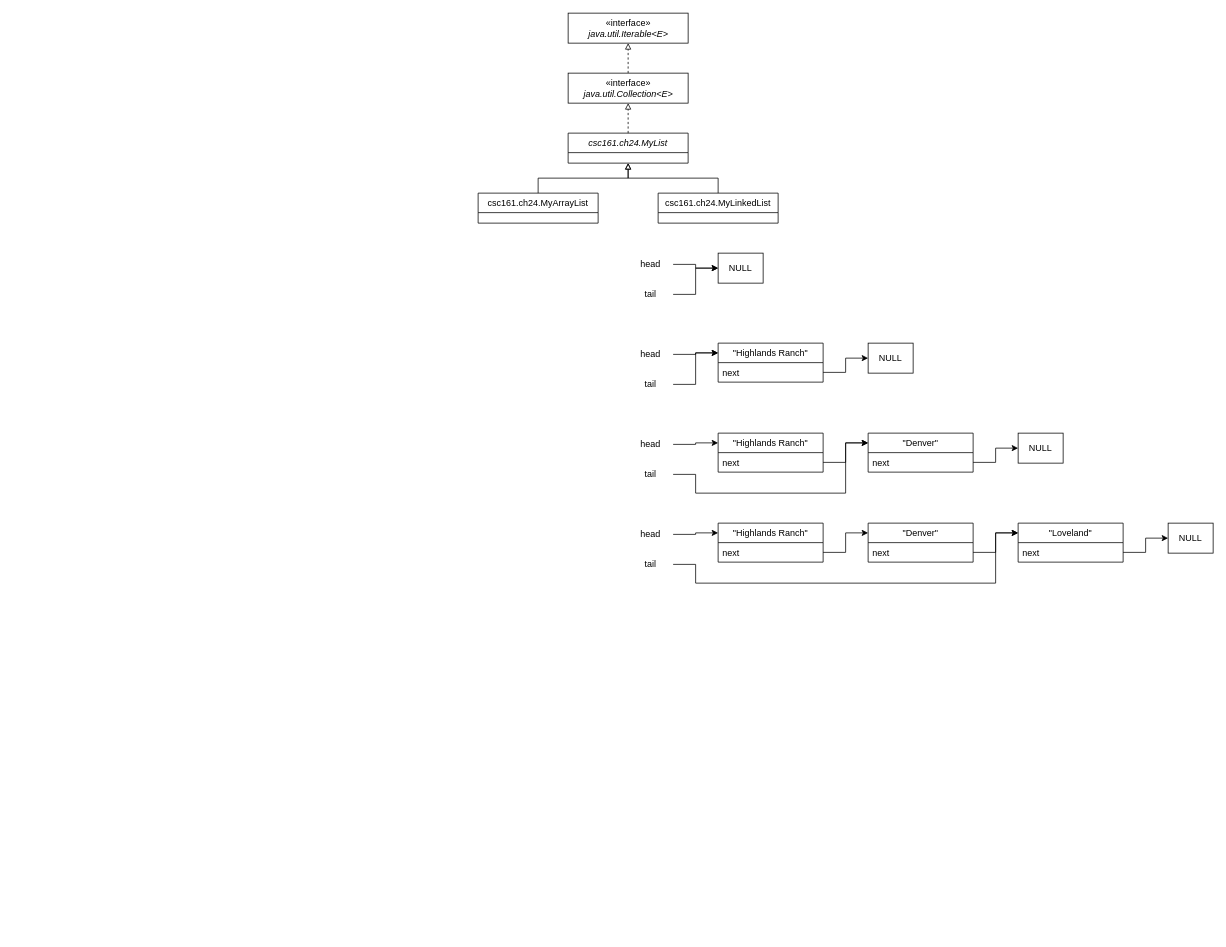
The draw.io diagram CSC/161/ch24_uml.drawio in PatrickMcDougle/ACC, before the edit. Source tidied: cells renumbered, new cells numbered last; positions are measured from the earlier drawing's top-left corner, leaving out a move shared by most shapes. Both pictures are drawn from the tidied source at 75%, with x=0, y=0 at pixel (478, 13).
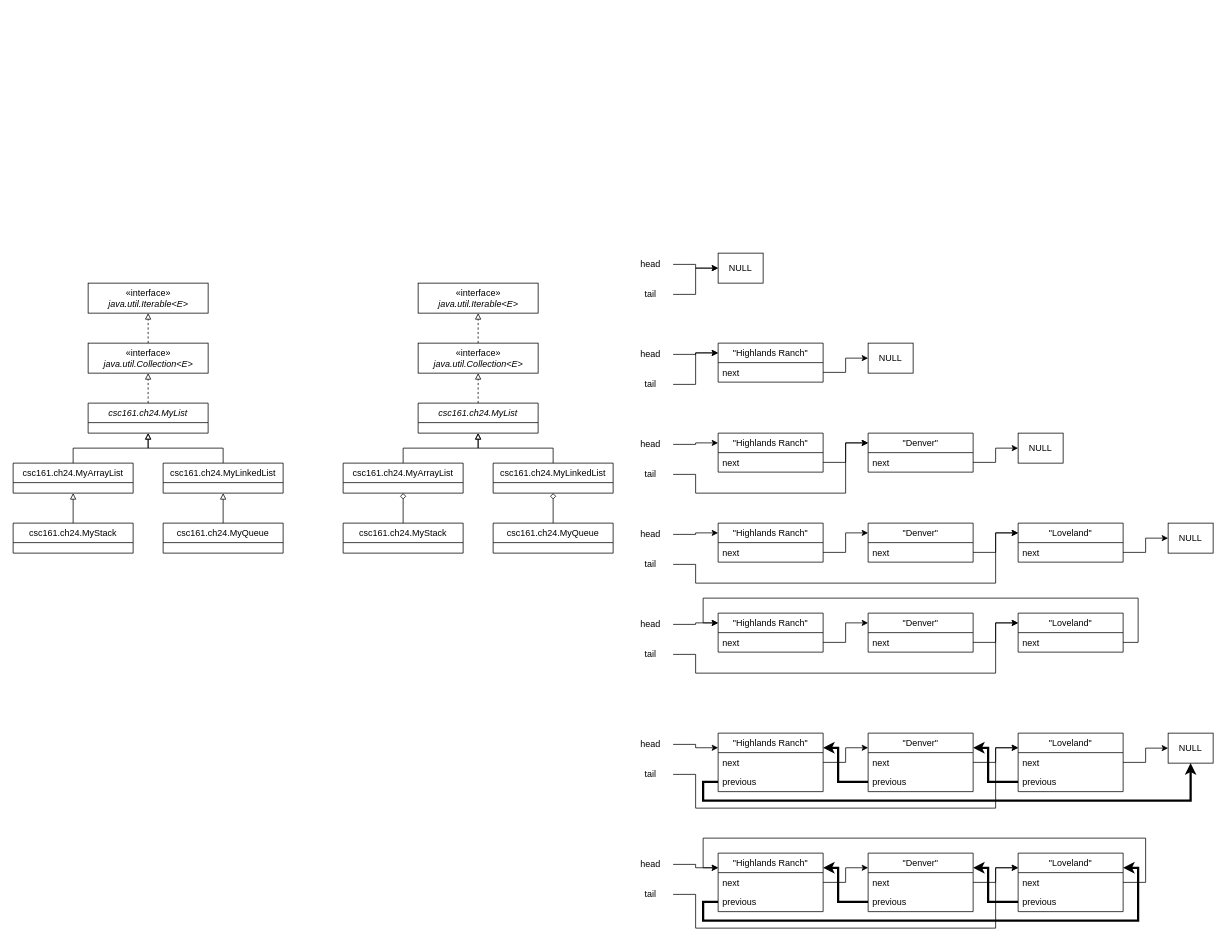
The same page after the edit.

Diff of the diagram source:
```diff
@@
     <mxCell id="3" value="csc161.ch24.MyArrayList" style="swimlane;fontStyle=0;horizontal=1;startSize=26;fillColor=none;" parent="1" vertex="1">
-      <mxGeometry y="240" width="160" height="40" as="geometry" />
+      <mxGeometry x="-620" y="600" width="160" height="40" as="geometry" />
     </mxCell>
@@
     <mxCell id="5" value="csc161.ch24.MyLinkedList" style="swimlane;fontStyle=0;horizontal=1;startSize=26;fillColor=none;" parent="1" vertex="1">
-      <mxGeometry x="240" y="240" width="160" height="40" as="geometry" />
+      <mxGeometry x="-420" y="600" width="160" height="40" as="geometry" />
     </mxCell>
@@
     <mxCell id="7" value="csc161.ch24.MyList" style="swimlane;fontStyle=2;horizontal=1;startSize=26;fillColor=none;" parent="1" vertex="1">
-      <mxGeometry x="120" y="160" width="160" height="40" as="geometry" />
+      <mxGeometry x="-520" y="520" width="160" height="40" as="geometry" />
     </mxCell>
@@
     <mxCell id="9" value="«interface»&lt;br&gt;&lt;i&gt;java.util.Collection&amp;lt;E&amp;gt;&lt;/i&gt;" style="html=1;" parent="1" vertex="1">
-      <mxGeometry x="120" y="80" width="160" height="40" as="geometry" />
+      <mxGeometry x="-520" y="440" width="160" height="40" as="geometry" />
     </mxCell>
     <mxCell id="10" value="«interface»&lt;br&gt;&lt;i&gt;java.util.Iterable&amp;lt;E&amp;gt;&lt;/i&gt;" style="html=1;" parent="1" vertex="1">
-      <mxGeometry x="120" width="160" height="40" as="geometry" />
+      <mxGeometry x="-520" y="360" width="160" height="40" as="geometry" />
     </mxCell>
@@
+    <mxCell id="49" value="&quot;Denver&quot;" style="swimlane;fontStyle=0;horizontal=1;startSize=26;fillColor=none;" parent="1" vertex="1">
+      <mxGeometry x="520" y="800" width="140" height="52" as="geometry" />
+    </mxCell>
+    <mxCell id="50" value="next" style="text;strokeColor=none;fillColor=none;align=left;verticalAlign=top;spacingLeft=4;spacingRight=4;overflow=hidden;points=[[0,0.5],[1,0.5]];portConstraint=eastwest;" parent="49" vertex="1">
+      <mxGeometry y="26" width="140" height="26" as="geometry" />
+    </mxCell>
+    <mxCell id="51" style="edgeStyle=orthogonalEdgeStyle;rounded=0;jettySize=auto;html=1;entryX=0;entryY=0.25;entryDx=0;entryDy=0;endArrow=classic;endFill=1;exitX=1;exitY=0.5;exitDx=0;exitDy=0;" parent="1" edge="1" source="52" target="55">
+      <mxGeometry relative="1" as="geometry" />
+    </mxCell>
+    <mxCell id="52" value="head" style="text;html=1;strokeColor=none;fillColor=none;align=center;verticalAlign=middle;whiteSpace=wrap;rounded=0;" parent="1" vertex="1">
+      <mxGeometry x="200" y="800" width="60" height="30" as="geometry" />
+    </mxCell>
+    <mxCell id="53" style="edgeStyle=orthogonalEdgeStyle;rounded=0;jettySize=auto;html=1;exitX=1;exitY=0.5;exitDx=0;exitDy=0;endArrow=classic;endFill=1;entryX=0;entryY=0.25;entryDx=0;entryDy=0;" parent="1" edge="1" source="54" target="60">
+      <mxGeometry relative="1" as="geometry">
+        <Array as="points">
+          <mxPoint x="290" y="855" />
+          <mxPoint x="290" y="880" />
+          <mxPoint x="690" y="880" />
+          <mxPoint x="690" y="813" />
+        </Array>
+      </mxGeometry>
+    </mxCell>
+    <mxCell id="54" value="tail" style="text;html=1;strokeColor=none;fillColor=none;align=center;verticalAlign=middle;whiteSpace=wrap;rounded=0;" parent="1" vertex="1">
+      <mxGeometry x="200" y="840" width="60" height="30" as="geometry" />
+    </mxCell>
+    <mxCell id="55" value="&quot;Highlands Ranch&quot;" style="swimlane;fontStyle=0;horizontal=1;startSize=26;fillColor=none;" parent="1" vertex="1">
+      <mxGeometry x="320" y="800" width="140" height="52" as="geometry" />
+    </mxCell>
+    <mxCell id="56" value="next" style="text;strokeColor=none;fillColor=none;align=left;verticalAlign=top;spacingLeft=4;spacingRight=4;overflow=hidden;points=[[0,0.5],[1,0.5]];portConstraint=eastwest;" parent="55" vertex="1">
+      <mxGeometry y="26" width="140" height="26" as="geometry" />
+    </mxCell>
+    <mxCell id="57" style="edgeStyle=orthogonalEdgeStyle;rounded=0;jettySize=auto;html=1;entryX=0;entryY=0.25;entryDx=0;entryDy=0;endArrow=classic;endFill=1;exitX=1;exitY=0.5;exitDx=0;exitDy=0;" parent="1" edge="1" source="56" target="49">
+      <mxGeometry relative="1" as="geometry" />
+    </mxCell>
+    <mxCell id="58" value="NULL" style="rounded=0;whiteSpace=wrap;html=1;" parent="1" vertex="1">
+      <mxGeometry x="920" y="960" width="60" height="40" as="geometry" />
+    </mxCell>
+    <mxCell id="59" style="edgeStyle=orthogonalEdgeStyle;rounded=0;jettySize=auto;html=1;entryX=0;entryY=0.25;entryDx=0;entryDy=0;endArrow=classic;endFill=1;exitX=1;exitY=0.5;exitDx=0;exitDy=0;" parent="1" edge="1" source="61" target="55">
+      <mxGeometry relative="1" as="geometry">
+        <Array as="points">
+          <mxPoint x="880" y="839" />
+          <mxPoint x="880" y="780" />
+          <mxPoint x="300" y="780" />
+          <mxPoint x="300" y="813" />
+        </Array>
+      </mxGeometry>
+    </mxCell>
+    <mxCell id="60" value="&quot;Loveland&quot;" style="swimlane;fontStyle=0;horizontal=1;startSize=26;fillColor=none;" parent="1" vertex="1">
+      <mxGeometry x="720" y="800" width="140" height="52" as="geometry" />
+    </mxCell>
+    <mxCell id="61" value="next" style="text;strokeColor=none;fillColor=none;align=left;verticalAlign=top;spacingLeft=4;spacingRight=4;overflow=hidden;points=[[0,0.5],[1,0.5]];portConstraint=eastwest;" parent="60" vertex="1">
+      <mxGeometry y="26" width="140" height="26" as="geometry" />
+    </mxCell>
+    <mxCell id="62" style="edgeStyle=orthogonalEdgeStyle;rounded=0;jettySize=auto;html=1;entryX=0;entryY=0.25;entryDx=0;entryDy=0;endArrow=classic;endFill=1;exitX=1;exitY=0.5;exitDx=0;exitDy=0;" parent="1" edge="1" source="50" target="60">
+      <mxGeometry relative="1" as="geometry" />
+    </mxCell>
+    <mxCell id="63" value="&quot;Denver&quot;" style="swimlane;fontStyle=0;horizontal=1;startSize=26;fillColor=none;" parent="1" vertex="1">
+      <mxGeometry x="520" y="960" width="140" height="78" as="geometry" />
+    </mxCell>
+    <mxCell id="64" value="next" style="text;strokeColor=none;fillColor=none;align=left;verticalAlign=top;spacingLeft=4;spacingRight=4;overflow=hidden;points=[[0,0.5],[1,0.5]];portConstraint=eastwest;" parent="63" vertex="1">
+      <mxGeometry y="26" width="140" height="26" as="geometry" />
+    </mxCell>
+    <mxCell id="65" value="previous" style="text;strokeColor=none;fillColor=none;align=left;verticalAlign=top;spacingLeft=4;spacingRight=4;overflow=hidden;points=[[0,0.5],[1,0.5]];portConstraint=eastwest;" parent="63" vertex="1">
+      <mxGeometry y="52" width="140" height="26" as="geometry" />
+    </mxCell>
+    <mxCell id="66" style="edgeStyle=orthogonalEdgeStyle;rounded=0;jettySize=auto;html=1;entryX=0;entryY=0.25;entryDx=0;entryDy=0;endArrow=classic;endFill=1;exitX=1;exitY=0.5;exitDx=0;exitDy=0;" parent="1" edge="1" source="67" target="70">
+      <mxGeometry relative="1" as="geometry" />
+    </mxCell>
+    <mxCell id="67" value="head" style="text;html=1;strokeColor=none;fillColor=none;align=center;verticalAlign=middle;whiteSpace=wrap;rounded=0;" parent="1" vertex="1">
+      <mxGeometry x="200" y="960" width="60" height="30" as="geometry" />
+    </mxCell>
+    <mxCell id="68" style="edgeStyle=orthogonalEdgeStyle;rounded=0;jettySize=auto;html=1;exitX=1;exitY=0.5;exitDx=0;exitDy=0;endArrow=classic;endFill=1;entryX=0;entryY=0.25;entryDx=0;entryDy=0;" parent="1" edge="1" source="69" target="75">
+      <mxGeometry relative="1" as="geometry">
+        <Array as="points">
+          <mxPoint x="290" y="1015" />
+          <mxPoint x="290" y="1060" />
+          <mxPoint x="690" y="1060" />
+          <mxPoint x="690" y="980" />
+        </Array>
+      </mxGeometry>
+    </mxCell>
+    <mxCell id="69" value="tail" style="text;html=1;strokeColor=none;fillColor=none;align=center;verticalAlign=middle;whiteSpace=wrap;rounded=0;" parent="1" vertex="1">
+      <mxGeometry x="200" y="1000" width="60" height="30" as="geometry" />
+    </mxCell>
+    <mxCell id="70" value="&quot;Highlands Ranch&quot;" style="swimlane;fontStyle=0;horizontal=1;startSize=26;fillColor=none;" parent="1" vertex="1">
+      <mxGeometry x="320" y="960" width="140" height="78" as="geometry" />
+    </mxCell>
+    <mxCell id="71" value="next" style="text;strokeColor=none;fillColor=none;align=left;verticalAlign=top;spacingLeft=4;spacingRight=4;overflow=hidden;points=[[0,0.5],[1,0.5]];portConstraint=eastwest;" parent="70" vertex="1">
+      <mxGeometry y="26" width="140" height="26" as="geometry" />
+    </mxCell>
+    <mxCell id="72" value="previous" style="text;strokeColor=none;fillColor=none;align=left;verticalAlign=top;spacingLeft=4;spacingRight=4;overflow=hidden;points=[[0,0.5],[1,0.5]];portConstraint=eastwest;" parent="70" vertex="1">
+      <mxGeometry y="52" width="140" height="26" as="geometry" />
+    </mxCell>
+    <mxCell id="73" style="edgeStyle=orthogonalEdgeStyle;rounded=0;jettySize=auto;html=1;entryX=0;entryY=0.25;entryDx=0;entryDy=0;endArrow=classic;endFill=1;exitX=1;exitY=0.5;exitDx=0;exitDy=0;" parent="1" edge="1" source="71" target="63">
+      <mxGeometry relative="1" as="geometry" />
+    </mxCell>
+    <mxCell id="74" style="edgeStyle=orthogonalEdgeStyle;rounded=0;jettySize=auto;html=1;entryX=0;entryY=0.5;entryDx=0;entryDy=0;endArrow=classic;endFill=1;exitX=1;exitY=0.5;exitDx=0;exitDy=0;" parent="1" edge="1" source="76" target="58">
+      <mxGeometry relative="1" as="geometry">
+        <Array as="points">
+          <mxPoint x="890" y="999" />
+          <mxPoint x="890" y="980" />
+        </Array>
+      </mxGeometry>
+    </mxCell>
+    <mxCell id="75" value="&quot;Loveland&quot;" style="swimlane;fontStyle=0;horizontal=1;startSize=26;fillColor=none;" parent="1" vertex="1">
+      <mxGeometry x="720" y="960" width="140" height="78" as="geometry" />
+    </mxCell>
+    <mxCell id="76" value="next" style="text;strokeColor=none;fillColor=none;align=left;verticalAlign=top;spacingLeft=4;spacingRight=4;overflow=hidden;points=[[0,0.5],[1,0.5]];portConstraint=eastwest;" parent="75" vertex="1">
+      <mxGeometry y="26" width="140" height="26" as="geometry" />
+    </mxCell>
+    <mxCell id="77" value="previous" style="text;strokeColor=none;fillColor=none;align=left;verticalAlign=top;spacingLeft=4;spacingRight=4;overflow=hidden;points=[[0,0.5],[1,0.5]];portConstraint=eastwest;" parent="75" vertex="1">
+      <mxGeometry y="52" width="140" height="26" as="geometry" />
+    </mxCell>
+    <mxCell id="78" style="edgeStyle=orthogonalEdgeStyle;rounded=0;jettySize=auto;html=1;entryX=0;entryY=0.25;entryDx=0;entryDy=0;endArrow=classic;endFill=1;exitX=1;exitY=0.5;exitDx=0;exitDy=0;" parent="1" edge="1" source="64" target="75">
+      <mxGeometry relative="1" as="geometry" />
+    </mxCell>
+    <mxCell id="79" style="edgeStyle=orthogonalEdgeStyle;rounded=0;jettySize=auto;html=1;exitX=0;exitY=0.5;exitDx=0;exitDy=0;entryX=1;entryY=0.25;entryDx=0;entryDy=0;endArrow=classic;endFill=1;strokeWidth=3;" parent="1" edge="1" source="77" target="63">
+      <mxGeometry relative="1" as="geometry">
+        <Array as="points">
+          <mxPoint x="680" y="1025" />
+          <mxPoint x="680" y="980" />
+        </Array>
+      </mxGeometry>
+    </mxCell>
+    <mxCell id="80" style="edgeStyle=orthogonalEdgeStyle;rounded=0;jettySize=auto;html=1;exitX=0;exitY=0.5;exitDx=0;exitDy=0;entryX=1;entryY=0.25;entryDx=0;entryDy=0;endArrow=classic;endFill=1;strokeWidth=3;" parent="1" edge="1" source="65" target="70">
+      <mxGeometry relative="1" as="geometry">
+        <Array as="points">
+          <mxPoint x="480" y="1025" />
+          <mxPoint x="480" y="980" />
+          <mxPoint x="460" y="980" />
+        </Array>
+      </mxGeometry>
+    </mxCell>
+    <mxCell id="81" style="edgeStyle=orthogonalEdgeStyle;rounded=0;jettySize=auto;html=1;exitX=0;exitY=0.5;exitDx=0;exitDy=0;entryX=0.5;entryY=1;entryDx=0;entryDy=0;endArrow=classic;endFill=1;strokeWidth=3;" parent="1" edge="1" source="72" target="58">
+      <mxGeometry relative="1" as="geometry">
+        <Array as="points">
+          <mxPoint x="300" y="1025" />
+          <mxPoint x="300" y="1050" />
+          <mxPoint x="950" y="1050" />
+        </Array>
+      </mxGeometry>
+    </mxCell>
+    <mxCell id="82" value="&quot;Denver&quot;" style="swimlane;fontStyle=0;horizontal=1;startSize=26;fillColor=none;" parent="1" vertex="1">
+      <mxGeometry x="520" y="1120" width="140" height="78" as="geometry" />
+    </mxCell>
+    <mxCell id="83" value="next" style="text;strokeColor=none;fillColor=none;align=left;verticalAlign=top;spacingLeft=4;spacingRight=4;overflow=hidden;points=[[0,0.5],[1,0.5]];portConstraint=eastwest;" parent="82" vertex="1">
+      <mxGeometry y="26" width="140" height="26" as="geometry" />
+    </mxCell>
+    <mxCell id="84" value="previous" style="text;strokeColor=none;fillColor=none;align=left;verticalAlign=top;spacingLeft=4;spacingRight=4;overflow=hidden;points=[[0,0.5],[1,0.5]];portConstraint=eastwest;" parent="82" vertex="1">
+      <mxGeometry y="52" width="140" height="26" as="geometry" />
+    </mxCell>
+    <mxCell id="85" style="edgeStyle=orthogonalEdgeStyle;rounded=0;jettySize=auto;html=1;entryX=0;entryY=0.25;entryDx=0;entryDy=0;endArrow=classic;endFill=1;exitX=1;exitY=0.5;exitDx=0;exitDy=0;" parent="1" edge="1" source="86" target="89">
+      <mxGeometry relative="1" as="geometry" />
+    </mxCell>
+    <mxCell id="86" value="head" style="text;html=1;strokeColor=none;fillColor=none;align=center;verticalAlign=middle;whiteSpace=wrap;rounded=0;" parent="1" vertex="1">
+      <mxGeometry x="200" y="1120" width="60" height="30" as="geometry" />
+    </mxCell>
+    <mxCell id="87" style="edgeStyle=orthogonalEdgeStyle;rounded=0;jettySize=auto;html=1;exitX=1;exitY=0.5;exitDx=0;exitDy=0;endArrow=classic;endFill=1;entryX=0;entryY=0.25;entryDx=0;entryDy=0;" parent="1" edge="1" source="88" target="94">
+      <mxGeometry relative="1" as="geometry">
+        <Array as="points">
+          <mxPoint x="290" y="1175" />
+          <mxPoint x="290" y="1220" />
+          <mxPoint x="690" y="1220" />
+          <mxPoint x="690" y="1140" />
+        </Array>
+      </mxGeometry>
+    </mxCell>
+    <mxCell id="88" value="tail" style="text;html=1;strokeColor=none;fillColor=none;align=center;verticalAlign=middle;whiteSpace=wrap;rounded=0;" parent="1" vertex="1">
+      <mxGeometry x="200" y="1160" width="60" height="30" as="geometry" />
+    </mxCell>
+    <mxCell id="89" value="&quot;Highlands Ranch&quot;" style="swimlane;fontStyle=0;horizontal=1;startSize=26;fillColor=none;" parent="1" vertex="1">
+      <mxGeometry x="320" y="1120" width="140" height="78" as="geometry" />
+    </mxCell>
+    <mxCell id="90" value="next" style="text;strokeColor=none;fillColor=none;align=left;verticalAlign=top;spacingLeft=4;spacingRight=4;overflow=hidden;points=[[0,0.5],[1,0.5]];portConstraint=eastwest;" parent="89" vertex="1">
+      <mxGeometry y="26" width="140" height="26" as="geometry" />
+    </mxCell>
+    <mxCell id="91" value="previous" style="text;strokeColor=none;fillColor=none;align=left;verticalAlign=top;spacingLeft=4;spacingRight=4;overflow=hidden;points=[[0,0.5],[1,0.5]];portConstraint=eastwest;" parent="89" vertex="1">
+      <mxGeometry y="52" width="140" height="26" as="geometry" />
+    </mxCell>
+    <mxCell id="92" style="edgeStyle=orthogonalEdgeStyle;rounded=0;jettySize=auto;html=1;entryX=0;entryY=0.25;entryDx=0;entryDy=0;endArrow=classic;endFill=1;exitX=1;exitY=0.5;exitDx=0;exitDy=0;" parent="1" edge="1" source="90" target="82">
+      <mxGeometry relative="1" as="geometry" />
+    </mxCell>
+    <mxCell id="93" style="edgeStyle=orthogonalEdgeStyle;rounded=0;jettySize=auto;html=1;entryX=0;entryY=0.25;entryDx=0;entryDy=0;endArrow=classic;endFill=1;exitX=1;exitY=0.5;exitDx=0;exitDy=0;" parent="1" edge="1" source="95" target="89">
+      <mxGeometry relative="1" as="geometry">
+        <Array as="points">
+          <mxPoint x="890" y="1159" />
+          <mxPoint x="890" y="1100" />
+          <mxPoint x="300" y="1100" />
+          <mxPoint x="300" y="1140" />
+        </Array>
+      </mxGeometry>
+    </mxCell>
+    <mxCell id="94" value="&quot;Loveland&quot;" style="swimlane;fontStyle=0;horizontal=1;startSize=26;fillColor=none;" parent="1" vertex="1">
+      <mxGeometry x="720" y="1120" width="140" height="78" as="geometry" />
+    </mxCell>
+    <mxCell id="95" value="next" style="text;strokeColor=none;fillColor=none;align=left;verticalAlign=top;spacingLeft=4;spacingRight=4;overflow=hidden;points=[[0,0.5],[1,0.5]];portConstraint=eastwest;" parent="94" vertex="1">
+      <mxGeometry y="26" width="140" height="26" as="geometry" />
+    </mxCell>
+    <mxCell id="96" value="previous" style="text;strokeColor=none;fillColor=none;align=left;verticalAlign=top;spacingLeft=4;spacingRight=4;overflow=hidden;points=[[0,0.5],[1,0.5]];portConstraint=eastwest;" parent="94" vertex="1">
+      <mxGeometry y="52" width="140" height="26" as="geometry" />
+    </mxCell>
+    <mxCell id="97" style="edgeStyle=orthogonalEdgeStyle;rounded=0;jettySize=auto;html=1;entryX=0;entryY=0.25;entryDx=0;entryDy=0;endArrow=classic;endFill=1;exitX=1;exitY=0.5;exitDx=0;exitDy=0;" parent="1" edge="1" source="83" target="94">
+      <mxGeometry relative="1" as="geometry" />
+    </mxCell>
+    <mxCell id="98" style="edgeStyle=orthogonalEdgeStyle;rounded=0;jettySize=auto;html=1;exitX=0;exitY=0.5;exitDx=0;exitDy=0;entryX=1;entryY=0.25;entryDx=0;entryDy=0;endArrow=classic;endFill=1;strokeWidth=3;" parent="1" edge="1" source="96" target="82">
+      <mxGeometry relative="1" as="geometry">
+        <Array as="points">
+          <mxPoint x="680" y="1185" />
+          <mxPoint x="680" y="1140" />
+        </Array>
+      </mxGeometry>
+    </mxCell>
+    <mxCell id="99" style="edgeStyle=orthogonalEdgeStyle;rounded=0;jettySize=auto;html=1;exitX=0;exitY=0.5;exitDx=0;exitDy=0;entryX=1;entryY=0.25;entryDx=0;entryDy=0;endArrow=classic;endFill=1;strokeWidth=3;" parent="1" edge="1" source="84" target="89">
+      <mxGeometry relative="1" as="geometry">
+        <Array as="points">
+          <mxPoint x="480" y="1185" />
+          <mxPoint x="480" y="1140" />
+          <mxPoint x="460" y="1140" />
+        </Array>
+      </mxGeometry>
+    </mxCell>
+    <mxCell id="100" style="edgeStyle=orthogonalEdgeStyle;rounded=0;jettySize=auto;html=1;exitX=0;exitY=0.5;exitDx=0;exitDy=0;entryX=1;entryY=0.25;entryDx=0;entryDy=0;endArrow=classic;endFill=1;strokeWidth=3;" parent="1" edge="1" source="91" target="94">
+      <mxGeometry relative="1" as="geometry">
+        <Array as="points">
+          <mxPoint x="300" y="1185" />
+          <mxPoint x="300" y="1210" />
+          <mxPoint x="880" y="1210" />
+          <mxPoint x="880" y="1140" />
+        </Array>
+      </mxGeometry>
+    </mxCell>
+    <mxCell id="101" value="csc161.ch24.MyStack" style="swimlane;fontStyle=0;horizontal=1;startSize=26;fillColor=none;" parent="1" vertex="1">
+      <mxGeometry x="-620" y="680" width="160" height="40" as="geometry" />
+    </mxCell>
+    <mxCell id="102" value="csc161.ch24.MyQueue" style="swimlane;fontStyle=0;horizontal=1;startSize=26;fillColor=none;" parent="1" vertex="1">
+      <mxGeometry x="-420" y="680" width="160" height="40" as="geometry" />
+    </mxCell>
+    <mxCell id="103" style="edgeStyle=orthogonalEdgeStyle;rounded=0;jettySize=auto;html=1;exitX=0.5;exitY=0;exitDx=0;exitDy=0;entryX=0.5;entryY=1;entryDx=0;entryDy=0;endArrow=block;endFill=0;" parent="1" edge="1" source="104" target="108">
+      <mxGeometry relative="1" as="geometry" />
+    </mxCell>
+    <mxCell id="104" value="csc161.ch24.MyArrayList" style="swimlane;fontStyle=0;horizontal=1;startSize=26;fillColor=none;" parent="1" vertex="1">
+      <mxGeometry x="-180" y="600" width="160" height="40" as="geometry" />
+    </mxCell>
+    <mxCell id="105" style="edgeStyle=orthogonalEdgeStyle;rounded=0;jettySize=auto;html=1;entryX=0.5;entryY=1;entryDx=0;entryDy=0;exitX=0.5;exitY=0;exitDx=0;exitDy=0;endArrow=block;endFill=0;" parent="1" edge="1" source="106" target="108">
+      <mxGeometry relative="1" as="geometry" />
+    </mxCell>
+    <mxCell id="106" value="csc161.ch24.MyLinkedList" style="swimlane;fontStyle=0;horizontal=1;startSize=26;fillColor=none;" parent="1" vertex="1">
+      <mxGeometry x="20" y="600" width="160" height="40" as="geometry" />
+    </mxCell>
+    <mxCell id="107" style="edgeStyle=orthogonalEdgeStyle;rounded=0;jettySize=auto;html=1;entryX=0.5;entryY=1;entryDx=0;entryDy=0;endArrow=block;endFill=0;dashed=1;" parent="1" edge="1" source="108" target="110">
+      <mxGeometry relative="1" as="geometry" />
+    </mxCell>
+    <mxCell id="108" value="csc161.ch24.MyList" style="swimlane;fontStyle=2;horizontal=1;startSize=26;fillColor=none;" parent="1" vertex="1">
+      <mxGeometry x="-80" y="520" width="160" height="40" as="geometry" />
+    </mxCell>
+    <mxCell id="109" style="edgeStyle=orthogonalEdgeStyle;rounded=0;jettySize=auto;html=1;entryX=0.5;entryY=1;entryDx=0;entryDy=0;dashed=1;endArrow=block;endFill=0;" parent="1" edge="1" source="110" target="111">
+      <mxGeometry relative="1" as="geometry" />
+    </mxCell>
+    <mxCell id="110" value="«interface»&lt;br&gt;&lt;i&gt;java.util.Collection&amp;lt;E&amp;gt;&lt;/i&gt;" style="html=1;" parent="1" vertex="1">
+      <mxGeometry x="-80" y="440" width="160" height="40" as="geometry" />
+    </mxCell>
+    <mxCell id="111" value="«interface»&lt;br&gt;&lt;i&gt;java.util.Iterable&amp;lt;E&amp;gt;&lt;/i&gt;" style="html=1;" parent="1" vertex="1">
+      <mxGeometry x="-80" y="360" width="160" height="40" as="geometry" />
+    </mxCell>
+    <mxCell id="112" value="csc161.ch24.MyStack" style="swimlane;fontStyle=0;horizontal=1;startSize=26;fillColor=none;" parent="1" vertex="1">
+      <mxGeometry x="-180" y="680" width="160" height="40" as="geometry" />
+    </mxCell>
+    <mxCell id="113" value="csc161.ch24.MyQueue" style="swimlane;fontStyle=0;horizontal=1;startSize=26;fillColor=none;" parent="1" vertex="1">
+      <mxGeometry x="20" y="680" width="160" height="40" as="geometry" />
+    </mxCell>
+    <mxCell id="114" style="edgeStyle=orthogonalEdgeStyle;rounded=0;jettySize=auto;html=1;entryX=0.5;entryY=1;entryDx=0;entryDy=0;exitX=0.5;exitY=0;exitDx=0;exitDy=0;endArrow=block;endFill=0;" parent="1" edge="1" source="102" target="5">
+      <mxGeometry relative="1" as="geometry" />
+    </mxCell>
+    <mxCell id="115" style="edgeStyle=orthogonalEdgeStyle;rounded=0;jettySize=auto;html=1;entryX=0.5;entryY=1;entryDx=0;entryDy=0;exitX=0.5;exitY=0;exitDx=0;exitDy=0;endArrow=block;endFill=0;" parent="1" edge="1" source="101" target="3">
+      <mxGeometry relative="1" as="geometry" />
+    </mxCell>
+    <mxCell id="116" style="edgeStyle=orthogonalEdgeStyle;rounded=0;jettySize=auto;html=1;entryX=0.5;entryY=1;entryDx=0;entryDy=0;exitX=0.5;exitY=0;exitDx=0;exitDy=0;endArrow=diamond;endFill=0;endSize=6;" parent="1" edge="1" source="113" target="106">
+      <mxGeometry relative="1" as="geometry" />
+    </mxCell>
+    <mxCell id="117" style="edgeStyle=orthogonalEdgeStyle;rounded=0;jettySize=auto;html=1;entryX=0.5;entryY=1;entryDx=0;entryDy=0;endArrow=diamond;endFill=0;exitX=0.5;exitY=0;exitDx=0;exitDy=0;" parent="1" edge="1" source="112" target="104">
+      <mxGeometry relative="1" as="geometry" />
+    </mxCell>
```
